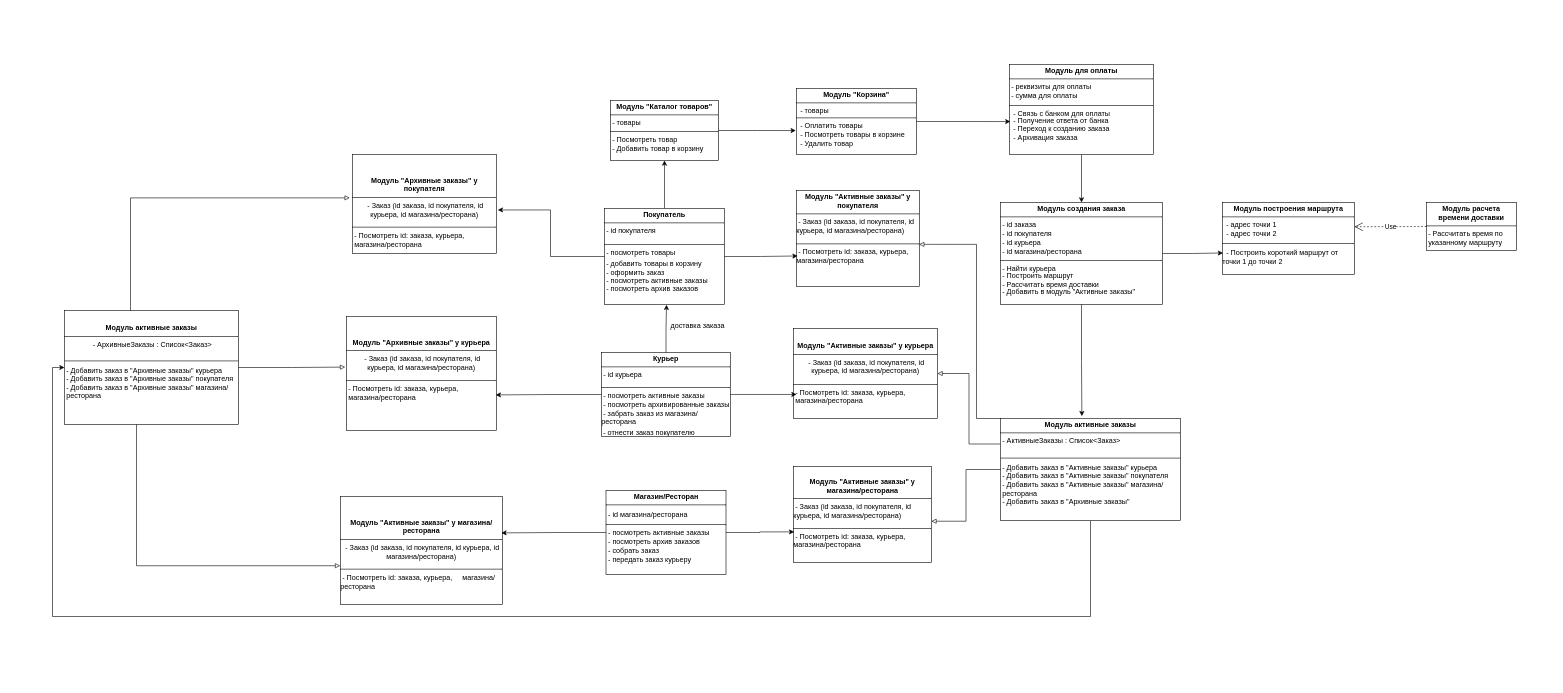
The draw.io diagram class diagram.drawio in vasslin/Programming-Technologies-3, before the edit. Source tidied: cells renumbered, new cells numbered last; positions are measured from the earlier drawing's top-left corner, leaving out a move shared by most shapes. Both pictures are drawn from the tidied source at 60%, with x=0, y=0 at pixel (52, 64).
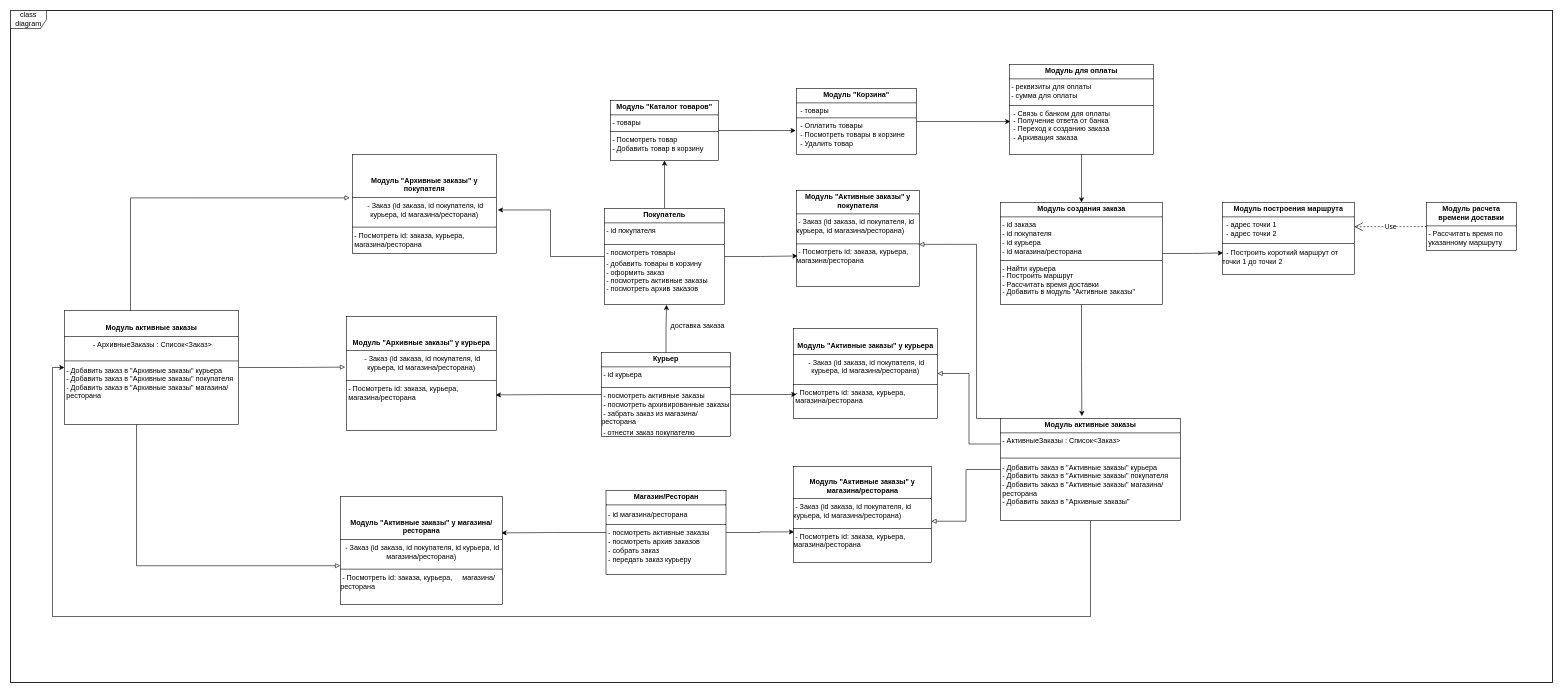
Above is the later version.

Change to the diagram source:
```diff
@@
+    <mxCell id="43" style="rounded=0;whiteSpace=wrap;html=1;" parent="1" vertex="1">
+      <mxGeometry x="-70" y="-90" width="2570" height="1120" as="geometry" />
+    </mxCell>
@@
+    <mxCell id="44" value="class diagram" style="shape=umlFrame;whiteSpace=wrap;html=1;fillColor=#FFFFFF;gradientColor=none;" parent="1" vertex="1">
+      <mxGeometry x="-70" y="-90" width="2570" height="1120" as="geometry" />
+    </mxCell>
```
